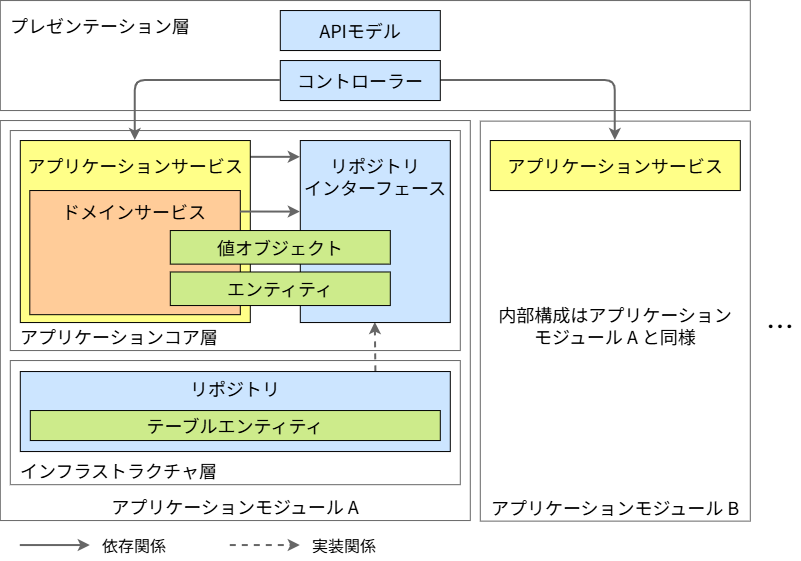
AlesInfiny/maia keeps this draw.io diagram as documents/contents/images/app-architecture/client-side-rendering/csr-architecture-light.png. Above is the earlier version. Source tidied: cells renumbered, new cells last; positions are measured from the earlier drawing's top-left corner, leaving out a move shared by most shapes.
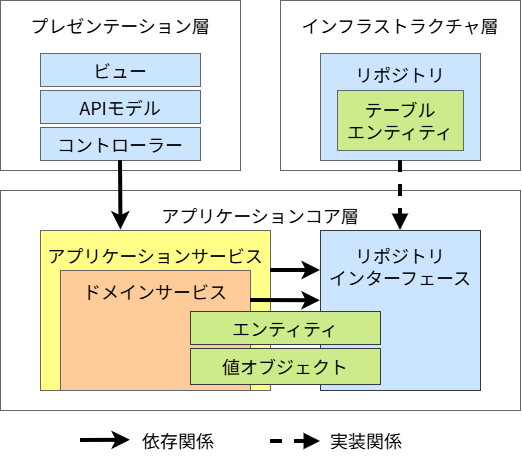
The same file after the commit.

Change to the diagram source:
```diff
@@ -2,100 +2,74 @@
   <root>
     <mxCell id="0" />
     <mxCell id="1" parent="0" />
-    <mxCell id="2" value="&lt;font color=&quot;#000000&quot;&gt;アプリケーションモジュール A&lt;br&gt;&lt;/font&gt;" style="rounded=0;whiteSpace=wrap;html=1;fontFamily=Noto Sans JP;fontSize=18;strokeWidth=1;fontSource=https%3A%2F%2Ffonts.googleapis.com%2Fcss%3Ffamily%3DNoto%2BSans%2BJP;fillColor=none;strokeColor=#666666;spacingTop=8;spacingLeft=0;verticalAlign=bottom;align=center;" parent="1" vertex="1">
-      <mxGeometry y="120" width="470" height="400" as="geometry" />
-    </mxCell>
-    <mxCell id="3" value="&lt;font color=&quot;#000000&quot;&gt;アプリケーションモジュール B&lt;br&gt;&lt;/font&gt;" style="rounded=0;whiteSpace=wrap;html=1;fontFamily=Noto Sans JP;fontSize=18;strokeWidth=1;fontSource=https%3A%2F%2Ffonts.googleapis.com%2Fcss%3Ffamily%3DNoto%2BSans%2BJP;fillColor=none;strokeColor=#666666;spacingTop=8;spacingLeft=0;verticalAlign=bottom;align=center;" parent="1" vertex="1">
-      <mxGeometry x="480" y="120.6" width="270" height="400" as="geometry" />
-    </mxCell>
-    <mxCell id="4" value="&lt;font color=&quot;#000000&quot;&gt;内部構成はアプリケーション&lt;/font&gt;&lt;div&gt;&lt;font color=&quot;#000000&quot;&gt;モジュール A と同様&lt;/font&gt;&lt;/div&gt;" style="text;html=1;strokeColor=none;fillColor=none;align=center;verticalAlign=middle;whiteSpace=wrap;rounded=0;fontFamily=Noto Sans JP;fontSize=18;fontColor=#000000;" parent="1" vertex="1">
-      <mxGeometry x="485" y="285" width="260" height="80" as="geometry" />
-    </mxCell>
-    <mxCell id="5" value="…" style="text;html=1;strokeColor=none;fillColor=none;align=center;verticalAlign=middle;whiteSpace=wrap;rounded=0;fontFamily=Noto Sans JP;fontSize=28;fontColor=#000000;" parent="1" vertex="1">
-      <mxGeometry x="760" y="295" width="40" height="60" as="geometry" />
-    </mxCell>
-    <mxCell id="6" value="&lt;font color=&quot;#000000&quot;&gt;アプリケーションコア層&lt;br&gt;&lt;/font&gt;" style="rounded=0;whiteSpace=wrap;html=1;fontFamily=Noto Sans JP;fontSize=18;strokeWidth=1;fontSource=https%3A%2F%2Ffonts.googleapis.com%2Fcss%3Ffamily%3DNoto%2BSans%2BJP;fillColor=none;strokeColor=#666666;spacingTop=8;verticalAlign=bottom;align=left;spacingLeft=8;" parent="1" vertex="1">
-      <mxGeometry x="10" y="130" width="450" height="220" as="geometry" />
+    <mxCell id="6" value="&lt;font color=&quot;#000000&quot;&gt;アプリケーションコア層&lt;br&gt;&lt;/font&gt;" style="rounded=0;whiteSpace=wrap;html=1;fontFamily=Noto Sans JP;fontSize=18;strokeWidth=1;fontSource=https%3A%2F%2Ffonts.googleapis.com%2Fcss%3Ffamily%3DNoto%2BSans%2BJP;fillColor=none;strokeColor=#666666;spacingTop=8;verticalAlign=top;" parent="1" vertex="1">
+      <mxGeometry x="170" y="550" width="520" height="220" as="geometry" />
     </mxCell>
-    <mxCell id="7" style="edgeStyle=none;html=1;strokeColor=#666666;strokeWidth=2;" parent="1" edge="1">
-      <mxGeometry relative="1" as="geometry">
-        <mxPoint x="250" y="156.8" as="sourcePoint" />
-        <mxPoint x="300" y="156.8" as="targetPoint" />
-      </mxGeometry>
-    </mxCell>
-    <mxCell id="8" value="&lt;div&gt;&lt;font color=&quot;#000000&quot;&gt;アプリケーションサービス&lt;/font&gt;&lt;/div&gt;" style="rounded=0;whiteSpace=wrap;html=1;fontFamily=Noto Sans JP;fontSize=18;fillColor=#ffff88;strokeColor=default;strokeWidth=1;spacingLeft=0;fontSource=https%3A%2F%2Ffonts.googleapis.com%2Fcss%3Ffamily%3DNoto%2BSans%2BJP;align=center;verticalAlign=top;spacingTop=8;" parent="1" vertex="1">
-      <mxGeometry x="20" y="140" width="230" height="182" as="geometry" />
-    </mxCell>
+    <mxCell id="28" value="&lt;div&gt;&lt;font color=&quot;#000000&quot;&gt;アプリケーションサービス&lt;/font&gt;&lt;/div&gt;" style="rounded=0;whiteSpace=wrap;html=1;fontFamily=Noto Sans JP;fontSize=18;fillColor=#ffff88;strokeColor=#666666;strokeWidth=1;spacingLeft=0;fontSource=https%3A%2F%2Ffonts.googleapis.com%2Fcss%3Ffamily%3DNoto%2BSans%2BJP;align=center;verticalAlign=top;spacingTop=8;" parent="1" vertex="1">
+      <mxGeometry x="210" y="590" width="230" height="160" as="geometry" />
+    </mxCell>
-    <mxCell id="9" value="&lt;font color=&quot;#000000&quot;&gt;インフラストラクチャ層&lt;br&gt;&lt;/font&gt;" style="rounded=0;whiteSpace=wrap;html=1;fontFamily=Noto Sans JP;fontSize=18;strokeWidth=1;fontSource=https%3A%2F%2Ffonts.googleapis.com%2Fcss%3Ffamily%3DNoto%2BSans%2BJP;fillColor=none;strokeColor=#666666;spacingTop=8;verticalAlign=bottom;align=left;spacingLeft=8;" parent="1" vertex="1">
-      <mxGeometry x="10" y="360" width="450" height="124.1" as="geometry" />
+    <mxCell id="9" value="&lt;font color=&quot;#000000&quot;&gt;インフラストラクチャ層&lt;br&gt;&lt;/font&gt;" style="rounded=0;whiteSpace=wrap;html=1;fontFamily=Noto Sans JP;fontSize=18;strokeWidth=1;fontSource=https%3A%2F%2Ffonts.googleapis.com%2Fcss%3Ffamily%3DNoto%2BSans%2BJP;fillColor=none;strokeColor=#666666;spacingTop=8;verticalAlign=top;" parent="1" vertex="1">
+      <mxGeometry x="450" y="360" width="240" height="170" as="geometry" />
     </mxCell>
-    <mxCell id="10" value="&lt;font color=&quot;#000000&quot;&gt;プレゼンテーション層&lt;br&gt;&lt;/font&gt;" style="rounded=0;whiteSpace=wrap;html=1;fontFamily=Noto Sans JP;fontSize=18;strokeWidth=1;fontSource=https%3A%2F%2Ffonts.googleapis.com%2Fcss%3Ffamily%3DNoto%2BSans%2BJP;fillColor=none;strokeColor=#666666;spacingTop=8;verticalAlign=top;align=left;spacingLeft=8;" parent="1" vertex="1">
-      <mxGeometry width="750" height="110" as="geometry" />
+    <mxCell id="10" value="&lt;font color=&quot;#000000&quot;&gt;プレゼンテーション層&lt;br&gt;&lt;/font&gt;" style="rounded=0;whiteSpace=wrap;html=1;fontFamily=Noto Sans JP;fontSize=18;strokeWidth=1;fontSource=https%3A%2F%2Ffonts.googleapis.com%2Fcss%3Ffamily%3DNoto%2BSans%2BJP;fillColor=none;strokeColor=#666666;spacingTop=8;verticalAlign=top;" parent="1" vertex="1">
+      <mxGeometry x="170" y="360" width="240" height="170" as="geometry" />
     </mxCell>
-    <mxCell id="11" value="&lt;div&gt;&lt;font color=&quot;#000000&quot;&gt;ドメインサービス&lt;/font&gt;&lt;/div&gt;" style="rounded=0;whiteSpace=wrap;html=1;fontFamily=Noto Sans JP;fontSize=18;fillColor=#ffcc99;strokeColor=default;strokeWidth=1;spacingLeft=0;fontSource=https%3A%2F%2Ffonts.googleapis.com%2Fcss%3Ffamily%3DNoto%2BSans%2BJP;align=center;verticalAlign=top;spacingTop=4;" parent="1" vertex="1">
-      <mxGeometry x="29.5" y="190" width="210.5" height="124.1" as="geometry" />
+    <mxCell id="11" value="&lt;div&gt;&lt;font color=&quot;#000000&quot;&gt;ドメインサービス&lt;/font&gt;&lt;/div&gt;" style="rounded=0;whiteSpace=wrap;html=1;fontFamily=Noto Sans JP;fontSize=18;fillColor=#ffcc99;strokeColor=#666666;strokeWidth=1;spacingLeft=0;fontSource=https%3A%2F%2Ffonts.googleapis.com%2Fcss%3Ffamily%3DNoto%2BSans%2BJP;align=center;verticalAlign=top;spacingTop=4;" parent="1" vertex="1">
+      <mxGeometry x="230" y="630" width="190" height="120" as="geometry" />
     </mxCell>
-    <mxCell id="12" style="edgeStyle=none;html=1;entryX=0.5;entryY=1;entryDx=0;entryDy=0;exitX=0.827;exitY=0.004;exitDx=0;exitDy=0;exitPerimeter=0;strokeColor=#666666;strokeWidth=2;dashed=1;" parent="1" edge="1" source="13" target="14">
-      <mxGeometry relative="1" as="geometry" />
-    </mxCell>
-    <mxCell id="13" value="&lt;font color=&quot;#000000&quot;&gt;リポジトリ&lt;br&gt;&lt;/font&gt;" style="rounded=0;whiteSpace=wrap;html=1;fontFamily=Noto Sans JP;fontSize=18;fillColor=#cce5ff;strokeColor=default;strokeWidth=1;spacingLeft=0;fontSource=https%3A%2F%2Ffonts.googleapis.com%2Fcss%3Ffamily%3DNoto%2BSans%2BJP;verticalAlign=top;" parent="1" vertex="1">
-      <mxGeometry x="20" y="371" width="430" height="80" as="geometry" />
+    <mxCell id="13" value="&lt;font color=&quot;#000000&quot;&gt;リポジトリ&lt;br&gt;&lt;br&gt;&lt;br&gt;&lt;br&gt;&lt;/font&gt;" style="rounded=0;whiteSpace=wrap;html=1;fontFamily=Noto Sans JP;fontSize=18;fillColor=#cce5ff;strokeColor=#666666;strokeWidth=1;spacingLeft=0;fontSource=https%3A%2F%2Ffonts.googleapis.com%2Fcss%3Ffamily%3DNoto%2BSans%2BJP;" parent="1" vertex="1">
+      <mxGeometry x="490" y="413" width="160" height="107" as="geometry" />
     </mxCell>
-    <mxCell id="14" value="&lt;font color=&quot;#000000&quot;&gt;リポジトリ&lt;br&gt;インターフェース&lt;br&gt;&lt;/font&gt;" style="rounded=0;whiteSpace=wrap;html=1;fontFamily=Noto Sans JP;fontSize=18;fillColor=#cce5ff;strokeColor=default;strokeWidth=1;spacingLeft=0;fontSource=https%3A%2F%2Ffonts.googleapis.com%2Fcss%3Ffamily%3DNoto%2BSans%2BJP;verticalAlign=top;spacingTop=8;" parent="1" vertex="1">
-      <mxGeometry x="300" y="140" width="150" height="182" as="geometry" />
+    <mxCell id="14" value="&lt;font color=&quot;#000000&quot;&gt;リポジトリ&lt;br&gt;インターフェース&lt;br&gt;&lt;/font&gt;" style="rounded=0;whiteSpace=wrap;html=1;fontFamily=Noto Sans JP;fontSize=18;fillColor=#cce5ff;strokeColor=#36393d;strokeWidth=1;spacingLeft=0;fontSource=https%3A%2F%2Ffonts.googleapis.com%2Fcss%3Ffamily%3DNoto%2BSans%2BJP;verticalAlign=top;spacingTop=8;" parent="1" vertex="1">
+      <mxGeometry x="490" y="590" width="160" height="160" as="geometry" />
     </mxCell>
-    <mxCell id="15" style="edgeStyle=orthogonalEdgeStyle;html=1;strokeColor=#666666;exitX=0;exitY=0.5;exitDx=0;exitDy=0;entryX=0.5;entryY=0;entryDx=0;entryDy=0;strokeWidth=2;" parent="1" edge="1" source="17" target="8">
-      <mxGeometry relative="1" as="geometry">
-        <Array as="points">
-          <mxPoint x="135" y="80" />
-        </Array>
-      </mxGeometry>
-    </mxCell>
-    <mxCell id="16" style="edgeStyle=orthogonalEdgeStyle;html=1;strokeColor=#666666;strokeWidth=2;" parent="1" edge="1" source="17" target="22">
-      <mxGeometry relative="1" as="geometry">
-        <Array as="points">
-          <mxPoint x="615" y="80" />
-        </Array>
-      </mxGeometry>
-    </mxCell>
-    <mxCell id="17" value="&lt;font color=&quot;#000000&quot;&gt;コントローラー&lt;/font&gt;" style="rounded=0;whiteSpace=wrap;html=1;fontFamily=Noto Sans JP;fontSize=18;fillColor=#cce5ff;strokeColor=default;strokeWidth=1;spacingLeft=0;fontSource=https%3A%2F%2Ffonts.googleapis.com%2Fcss%3Ffamily%3DNoto%2BSans%2BJP;" parent="1" vertex="1">
-      <mxGeometry x="280" y="60" width="160" height="40" as="geometry" />
+    <mxCell id="17" value="&lt;font color=&quot;#000000&quot;&gt;コントローラー&lt;/font&gt;" style="rounded=0;whiteSpace=wrap;html=1;fontFamily=Noto Sans JP;fontSize=18;fillColor=#cce5ff;strokeColor=#666666;strokeWidth=1;spacingLeft=0;fontSource=https%3A%2F%2Ffonts.googleapis.com%2Fcss%3Ffamily%3DNoto%2BSans%2BJP;" parent="1" vertex="1">
+      <mxGeometry x="210" y="487" width="160" height="33" as="geometry" />
     </mxCell>
-    <mxCell id="18" value="APIモデル" style="rounded=0;whiteSpace=wrap;html=1;fontFamily=Noto Sans JP;fontSize=18;fillColor=#cce5ff;strokeColor=default;strokeWidth=1;spacingLeft=0;fontSource=https%3A%2F%2Ffonts.googleapis.com%2Fcss%3Ffamily%3DNoto%2BSans%2BJP;" parent="1" vertex="1">
-      <mxGeometry x="280" y="10" width="160" height="40" as="geometry" />
+    <mxCell id="18" value="APIモデル" style="rounded=0;whiteSpace=wrap;html=1;fontFamily=Noto Sans JP;fontSize=18;fillColor=#cce5ff;strokeColor=#666666;strokeWidth=1;spacingLeft=0;fontSource=https%3A%2F%2Ffonts.googleapis.com%2Fcss%3Ffamily%3DNoto%2BSans%2BJP;" parent="1" vertex="1">
+      <mxGeometry x="210" y="450" width="160" height="33" as="geometry" />
     </mxCell>
-    <mxCell id="19" value="&lt;font color=&quot;#000000&quot;&gt;テーブルエンティティ&lt;/font&gt;" style="rounded=0;whiteSpace=wrap;html=1;fontFamily=Noto Sans JP;fontSize=18;fillColor=#cdeb8b;strokeColor=default;strokeWidth=1;spacingLeft=0;fontSource=https%3A%2F%2Ffonts.googleapis.com%2Fcss%3Ffamily%3DNoto%2BSans%2BJP;" parent="1" vertex="1">
-      <mxGeometry x="30" y="410" width="410" height="30" as="geometry" />
-    </mxCell>
+    <mxCell id="29" value="&lt;font color=&quot;#000000&quot;&gt;テーブル&lt;br&gt;エンティティ&lt;/font&gt;" style="rounded=0;whiteSpace=wrap;html=1;fontFamily=Noto Sans JP;fontSize=18;fillColor=#cdeb8b;strokeColor=#666666;strokeWidth=1;spacingLeft=0;fontSource=https%3A%2F%2Ffonts.googleapis.com%2Fcss%3Ffamily%3DNoto%2BSans%2BJP;" parent="1" vertex="1">
+      <mxGeometry x="507" y="450" width="126" height="60" as="geometry" />
+    </mxCell>
+    <mxCell id="30" style="edgeStyle=none;sketch=0;html=1;exitX=0.5;exitY=1;exitDx=0;exitDy=0;shadow=0;fontColor=#000000;endArrow=classic;endFill=1;strokeColor=#000000;strokeWidth=4;entryX=0.35;entryY=-0.003;entryDx=0;entryDy=0;entryPerimeter=0;" parent="1" edge="1" source="17" target="28">
+      <mxGeometry relative="1" as="geometry" />
+    </mxCell>
+    <mxCell id="12" style="edgeStyle=none;sketch=0;html=1;exitX=0.5;exitY=1;exitDx=0;exitDy=0;shadow=0;fontColor=#000000;endArrow=block;endFill=1;strokeColor=#000000;strokeWidth=4;dashed=1;" parent="1" edge="1" source="13" target="14">
+      <mxGeometry relative="1" as="geometry" />
+    </mxCell>
+    <mxCell id="25" value="依存関係" style="text;html=1;strokeColor=none;fillColor=none;align=left;verticalAlign=middle;whiteSpace=wrap;rounded=0;fontFamily=Noto Sans JP;fontSource=https%3A%2F%2Ffonts.googleapis.com%2Fcss%3Ffamily%3DNoto%2BSans%2BJP;fontSize=18;fontColor=#000000;" parent="1" vertex="1">
+      <mxGeometry x="310" y="780" width="90" height="40" as="geometry" />
+    </mxCell>
+    <mxCell id="31" style="edgeStyle=none;sketch=0;html=1;shadow=0;fontColor=#000000;endArrow=classic;endFill=1;strokeColor=#000000;strokeWidth=4;" parent="1" edge="1">
+      <mxGeometry relative="1" as="geometry">
+        <mxPoint x="250" y="800" as="sourcePoint" />
+        <mxPoint x="300" y="799.8" as="targetPoint" />
+      </mxGeometry>
+    </mxCell>
+    <mxCell id="27" value="実装関係" style="text;html=1;strokeColor=none;fillColor=none;align=left;verticalAlign=middle;whiteSpace=wrap;rounded=0;fontFamily=Noto Sans JP;fontSource=https%3A%2F%2Ffonts.googleapis.com%2Fcss%3Ffamily%3DNoto%2BSans%2BJP;fontSize=18;fontColor=#000000;" parent="1" vertex="1">
+      <mxGeometry x="498.4" y="780" width="90" height="40" as="geometry" />
+    </mxCell>
+    <mxCell id="32" style="edgeStyle=none;sketch=0;html=1;shadow=0;fontColor=#000000;endArrow=block;endFill=1;strokeColor=#000000;strokeWidth=4;dashed=1;" parent="1" edge="1">
+      <mxGeometry relative="1" as="geometry">
+        <mxPoint x="440" y="801" as="sourcePoint" />
+        <mxPoint x="490" y="801" as="targetPoint" />
+      </mxGeometry>
+    </mxCell>
+    <mxCell id="23" style="edgeStyle=none;sketch=0;html=1;shadow=0;fontColor=#000000;endArrow=classic;endFill=1;strokeColor=#000000;strokeWidth=4;exitX=1;exitY=0.25;exitDx=0;exitDy=0;entryX=-0.001;entryY=0.439;entryDx=0;entryDy=0;entryPerimeter=0;" parent="1" edge="1" source="11" target="14">
+      <mxGeometry relative="1" as="geometry" />
+    </mxCell>
+    <mxCell id="33" style="edgeStyle=none;sketch=0;html=1;exitX=1;exitY=0.25;exitDx=0;exitDy=0;shadow=0;fontColor=#000000;endArrow=classic;endFill=1;strokeColor=#000000;strokeWidth=4;entryX=0;entryY=0.25;entryDx=0;entryDy=0;" parent="1" edge="1" source="28" target="14">
+      <mxGeometry relative="1" as="geometry" />
+    </mxCell>
-    <mxCell id="20" value="値オブジェクト" style="rounded=0;whiteSpace=wrap;html=1;fontFamily=Noto Sans JP;fontSize=18;fillColor=#cdeb8b;strokeColor=default;strokeWidth=1;spacingLeft=0;fontSource=https%3A%2F%2Ffonts.googleapis.com%2Fcss%3Ffamily%3DNoto%2BSans%2BJP;" parent="1" vertex="1">
-      <mxGeometry x="170" y="230" width="220" height="33.6" as="geometry" />
+    <mxCell id="20" value="値オブジェクト" style="rounded=0;whiteSpace=wrap;html=1;fontFamily=Noto Sans JP;fontSize=18;fillColor=#cdeb8b;strokeColor=#36393D;strokeWidth=1;spacingLeft=0;fontSource=https%3A%2F%2Ffonts.googleapis.com%2Fcss%3Ffamily%3DNoto%2BSans%2BJP;" parent="1" vertex="1">
+      <mxGeometry x="360" y="708" width="190" height="36" as="geometry" />
     </mxCell>
-    <mxCell id="21" value="エンティティ" style="rounded=0;whiteSpace=wrap;html=1;fontFamily=Noto Sans JP;fontSize=18;fillColor=#cdeb8b;strokeColor=default;strokeWidth=1;spacingLeft=0;fontSource=https%3A%2F%2Ffonts.googleapis.com%2Fcss%3Ffamily%3DNoto%2BSans%2BJP;" parent="1" vertex="1">
-      <mxGeometry x="170" y="271.4" width="220" height="33.6" as="geometry" />
+    <mxCell id="21" value="エンティティ" style="rounded=0;whiteSpace=wrap;html=1;fontFamily=Noto Sans JP;fontSize=18;fillColor=#cdeb8b;strokeColor=#36393D;strokeWidth=1;spacingLeft=0;fontSource=https%3A%2F%2Ffonts.googleapis.com%2Fcss%3Ffamily%3DNoto%2BSans%2BJP;" parent="1" vertex="1">
+      <mxGeometry x="360" y="671" width="190" height="33" as="geometry" />
     </mxCell>
-    <mxCell id="22" value="&lt;div&gt;&lt;font color=&quot;#000000&quot;&gt;アプリケーションサービス&lt;/font&gt;&lt;/div&gt;" style="rounded=0;whiteSpace=wrap;html=1;fontFamily=Noto Sans JP;fontSize=18;fillColor=#ffff88;strokeColor=default;strokeWidth=1;spacingLeft=0;fontSource=https%3A%2F%2Ffonts.googleapis.com%2Fcss%3Ffamily%3DNoto%2BSans%2BJP;align=center;verticalAlign=top;spacingTop=8;" parent="1" vertex="1">
-      <mxGeometry x="490" y="140" width="250" height="50" as="geometry" />
-    </mxCell>
-    <mxCell id="23" style="edgeStyle=none;html=1;entryX=0;entryY=0.393;entryDx=0;entryDy=0;entryPerimeter=0;exitX=1.001;exitY=0.173;exitDx=0;exitDy=0;exitPerimeter=0;strokeColor=#666666;strokeWidth=2;" parent="1" edge="1" source="11" target="14">
-      <mxGeometry relative="1" as="geometry" />
-    </mxCell>
-    <mxCell id="24" style="html=1;strokeColor=#666666;strokeWidth=2;" parent="1" edge="1">
-      <mxGeometry relative="1" as="geometry">
-        <mxPoint x="20" y="545" as="sourcePoint" />
-        <mxPoint x="90" y="545" as="targetPoint" />
-      </mxGeometry>
-    </mxCell>
-    <mxCell id="25" value="&lt;font color=&quot;#000000&quot;&gt;依存関係&lt;/font&gt;" style="text;html=1;strokeColor=none;fillColor=none;align=left;verticalAlign=middle;whiteSpace=wrap;rounded=0;fontFamily=Noto Sans JP;fontSize=16;fontColor=#000000;" parent="1" vertex="1">
-      <mxGeometry x="100" y="530" width="110" height="30" as="geometry" />
-    </mxCell>
-    <mxCell id="26" style="html=1;strokeColor=#666666;strokeWidth=2;dashed=1;" parent="1" edge="1">
-      <mxGeometry relative="1" as="geometry">
-        <mxPoint x="230" y="545" as="sourcePoint" />
-        <mxPoint x="300" y="545" as="targetPoint" />
-      </mxGeometry>
-    </mxCell>
-    <mxCell id="27" value="&lt;font color=&quot;#000000&quot;&gt;実装関係&lt;/font&gt;" style="text;html=1;strokeColor=none;fillColor=none;align=left;verticalAlign=middle;whiteSpace=wrap;rounded=0;fontFamily=Noto Sans JP;fontSize=16;fontColor=#000000;" parent="1" vertex="1">
-      <mxGeometry x="310" y="530" width="110" height="30" as="geometry" />
-    </mxCell>
+    <mxCell id="34" value="&lt;font color=&quot;#000000&quot;&gt;ビュー&lt;/font&gt;" style="rounded=0;whiteSpace=wrap;html=1;fontFamily=Noto Sans JP;fontSize=18;fillColor=#cce5ff;strokeColor=#666666;strokeWidth=1;spacingLeft=0;fontSource=https%3A%2F%2Ffonts.googleapis.com%2Fcss%3Ffamily%3DNoto%2BSans%2BJP;" parent="1" vertex="1">
+      <mxGeometry x="210" y="413" width="160" height="33" as="geometry" />
+    </mxCell>
   </root>
 </mxGraphModel>
```
